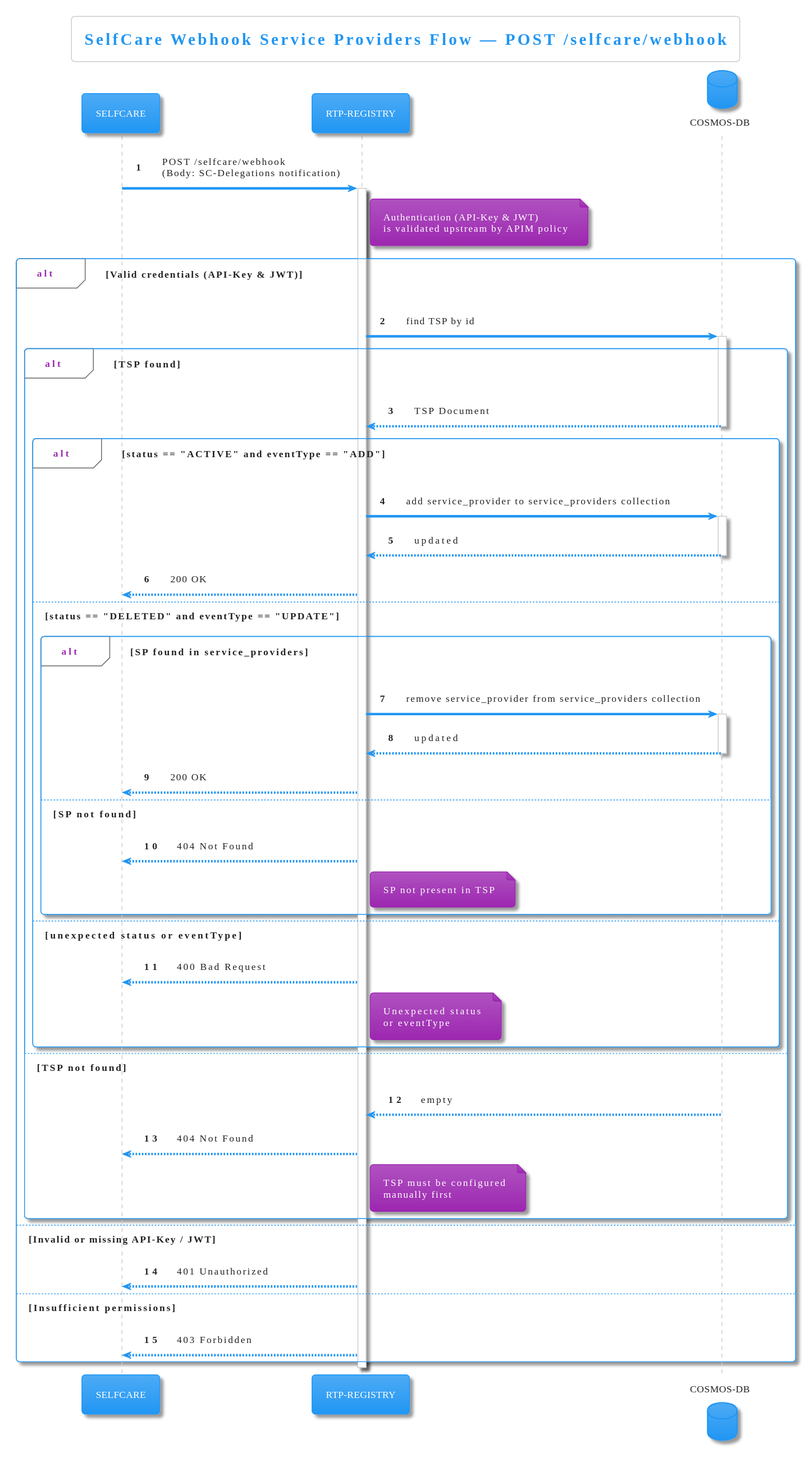
The PlantUML diagram diagrams/selfcare-service-providers-webhook.svg in pagopa/rtp-docs, before a commit.
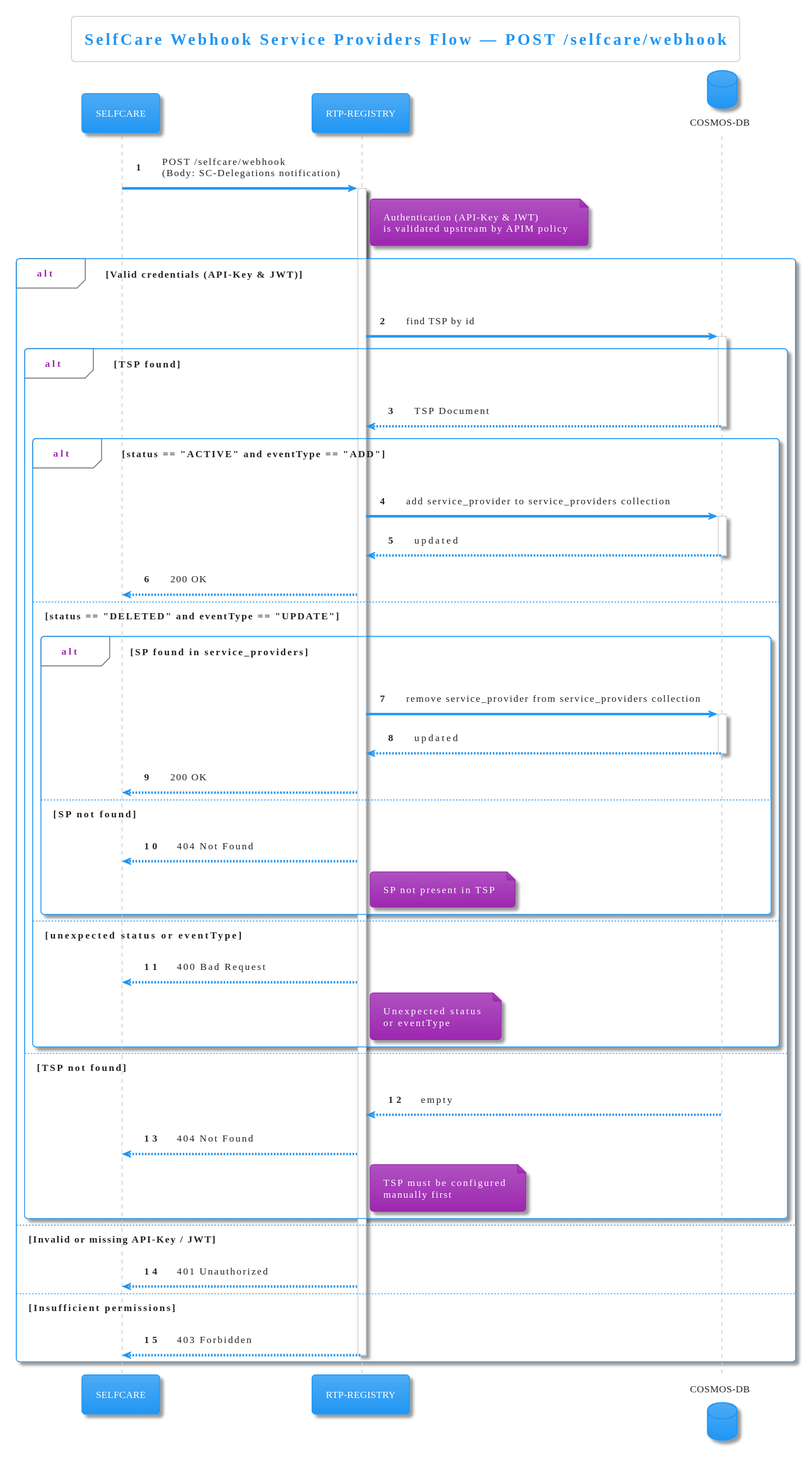
After the change.

Diff of the diagram source:
```diff
@@ -68,8 +68,6 @@
 
 else Insufficient permissions
     REG --> SC: 403 Forbidden
-
+    deactivate REG
 end
-
-deactivate REG
 @enduml
```
